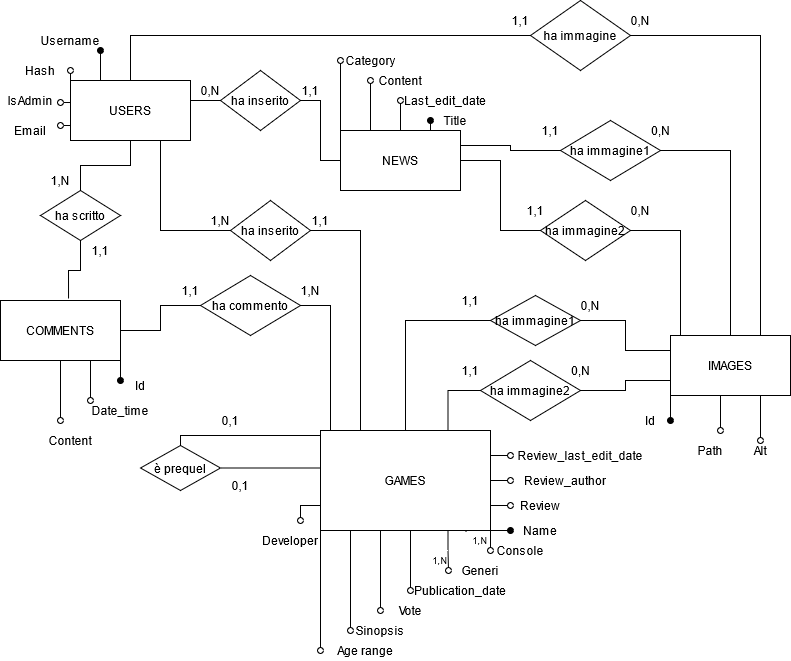
TecWeb2021/TecWeb keeps this draw.io diagram as Relazione/img/diagramma_er.png. Above is the earlier version. Source tidied: cells renumbered, new cells last; positions are measured from the earlier drawing's top-left corner, leaving out a move shared by most shapes.
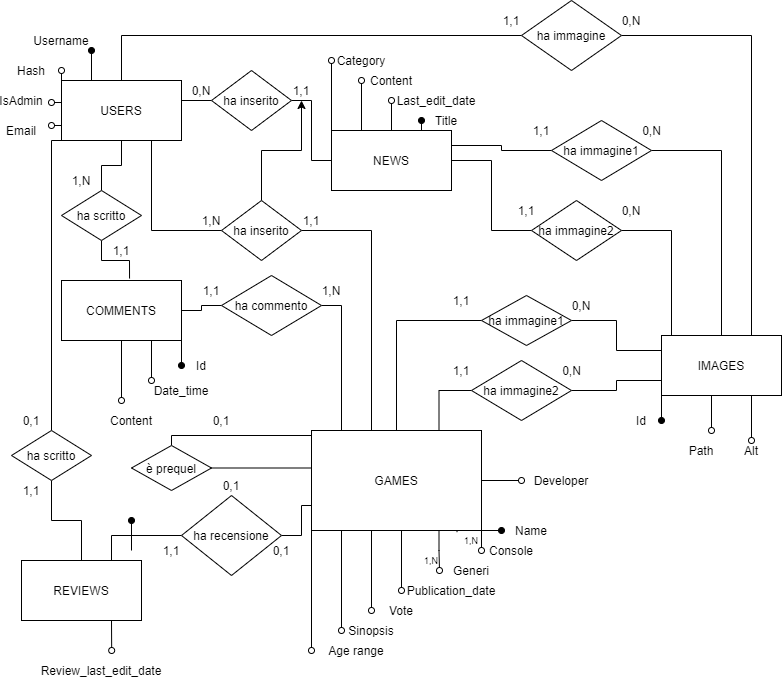
The same file after the commit.

What changed in the source:
```diff
@@ -33,9 +33,9 @@
         </Array>
       </mxGeometry>
     </mxCell>
-    <mxCell id="6" style="edgeStyle=orthogonalEdgeStyle;rounded=0;jettySize=auto;html=1;exitX=0;exitY=0.75;exitDx=0;exitDy=0;endArrow=oval;endFill=0;" parent="1" edge="1" source="14">
+    <mxCell id="6" style="edgeStyle=orthogonalEdgeStyle;rounded=0;jettySize=auto;html=1;exitX=1;exitY=0.5;exitDx=0;exitDy=0;endArrow=oval;endFill=0;" parent="1" edge="1" source="14">
       <mxGeometry relative="1" as="geometry">
-        <mxPoint x="300" y="520" as="targetPoint" />
+        <mxPoint x="530" y="480" as="targetPoint" />
       </mxGeometry>
     </mxCell>
     <mxCell id="7" style="edgeStyle=orthogonalEdgeStyle;rounded=0;jettySize=auto;html=1;exitX=0.75;exitY=1;exitDx=0;exitDy=0;endArrow=oval;endFill=0;" parent="1" edge="1" source="14">
@@ -56,21 +56,6 @@
         <mxPoint x="510" y="530" as="targetPoint" />
       </mxGeometry>
     </mxCell>
-    <mxCell id="10" style="edgeStyle=orthogonalEdgeStyle;rounded=0;jettySize=auto;html=1;exitX=1;exitY=0.75;exitDx=0;exitDy=0;endArrow=oval;endFill=0;" parent="1" edge="1" source="14">
-      <mxGeometry relative="1" as="geometry">
-        <mxPoint x="510" y="505" as="targetPoint" />
-      </mxGeometry>
-    </mxCell>
-    <mxCell id="11" style="edgeStyle=orthogonalEdgeStyle;rounded=0;jettySize=auto;html=1;exitX=1;exitY=0.5;exitDx=0;exitDy=0;endArrow=oval;endFill=0;" parent="1" edge="1" source="14">
-      <mxGeometry relative="1" as="geometry">
-        <mxPoint x="510" y="480" as="targetPoint" />
-      </mxGeometry>
-    </mxCell>
-    <mxCell id="12" style="edgeStyle=orthogonalEdgeStyle;rounded=0;jettySize=auto;html=1;exitX=1;exitY=0.25;exitDx=0;exitDy=0;endArrow=oval;endFill=0;" parent="1" edge="1" source="14">
-      <mxGeometry relative="1" as="geometry">
-        <mxPoint x="510" y="455" as="targetPoint" />
-      </mxGeometry>
-    </mxCell>
     <mxCell id="13" style="edgeStyle=orthogonalEdgeStyle;rounded=0;jettySize=auto;html=1;exitX=0.75;exitY=0;exitDx=0;exitDy=0;entryX=0;entryY=0.5;entryDx=0;entryDy=0;endArrow=none;endFill=0;" parent="1" edge="1" source="14" target="106">
       <mxGeometry relative="1" as="geometry" />
     </mxCell>
@@ -129,26 +114,31 @@
         <mxPoint x="70" y="70" as="targetPoint" />
       </mxGeometry>
     </mxCell>
+    <mxCell id="111" style="edgeStyle=orthogonalEdgeStyle;rounded=0;jettySize=auto;html=1;exitX=0;exitY=1;exitDx=0;exitDy=0;entryX=0.5;entryY=0;entryDx=0;entryDy=0;endArrow=none;endFill=0;" parent="1" edge="1" source="27" target="116">
+      <mxGeometry relative="1" as="geometry">
+        <Array as="points">
+          <mxPoint x="60" y="140" />
+        </Array>
+      </mxGeometry>
+    </mxCell>
     <mxCell id="27" value="&lt;div&gt;USERS&lt;/div&gt;" style="rounded=0;whiteSpace=wrap;html=1;" parent="1" vertex="1">
       <mxGeometry x="70" y="80" width="120" height="60" as="geometry" />
     </mxCell>
-    <mxCell id="28" style="edgeStyle=orthogonalEdgeStyle;rounded=0;jettySize=auto;html=1;exitX=1;exitY=1;exitDx=0;exitDy=0;endArrow=oval;endFill=1;strokeColor=#000000;" parent="1" edge="1" source="31">
-      <mxGeometry relative="1" as="geometry">
-        <mxPoint x="120" y="380" as="targetPoint" />
-      </mxGeometry>
+    <mxCell id="28" style="edgeStyle=orthogonalEdgeStyle;rounded=0;jettySize=auto;html=1;exitX=1;exitY=1;exitDx=0;exitDy=0;endArrow=oval;endFill=1;strokeColor=#000000;entryX=0;entryY=0.5;entryDx=0;entryDy=0;" parent="1" edge="1" source="31" target="72">
+      <mxGeometry relative="1" as="geometry" />
     </mxCell>
     <mxCell id="29" style="edgeStyle=orthogonalEdgeStyle;rounded=0;jettySize=auto;html=1;exitX=0.75;exitY=1;exitDx=0;exitDy=0;endArrow=oval;endFill=0;strokeColor=#000000;" parent="1" edge="1" source="31">
       <mxGeometry relative="1" as="geometry">
-        <mxPoint x="90" y="400" as="targetPoint" />
+        <mxPoint x="160" y="380" as="targetPoint" />
       </mxGeometry>
     </mxCell>
     <mxCell id="30" style="edgeStyle=orthogonalEdgeStyle;rounded=0;jettySize=auto;html=1;exitX=0.5;exitY=1;exitDx=0;exitDy=0;endArrow=oval;endFill=0;strokeColor=#000000;" parent="1" edge="1" source="31">
       <mxGeometry relative="1" as="geometry">
-        <mxPoint x="60" y="420" as="targetPoint" />
+        <mxPoint x="130" y="400" as="targetPoint" />
       </mxGeometry>
     </mxCell>
     <mxCell id="31" value="&lt;div&gt;COMMENTS&lt;/div&gt;" style="rounded=0;whiteSpace=wrap;html=1;" parent="1" vertex="1">
-      <mxGeometry y="300" width="120" height="60" as="geometry" />
+      <mxGeometry x="70" y="280" width="120" height="60" as="geometry" />
     </mxCell>
     <mxCell id="32" style="edgeStyle=orthogonalEdgeStyle;rounded=0;jettySize=auto;html=1;exitX=0;exitY=0.5;exitDx=0;exitDy=0;entryX=1;entryY=0.5;entryDx=0;entryDy=0;endArrow=none;endFill=0;strokeColor=#000000;" parent="1" edge="1" source="36" target="41">
       <mxGeometry relative="1" as="geometry">
@@ -216,8 +206,8 @@
     <mxCell id="45" style="edgeStyle=orthogonalEdgeStyle;rounded=0;jettySize=auto;html=1;exitX=1;exitY=0.5;exitDx=0;exitDy=0;entryX=0.25;entryY=0;entryDx=0;entryDy=0;endArrow=none;endFill=0;strokeColor=#000000;" parent="1" edge="1" source="47" target="14">
       <mxGeometry relative="1" as="geometry">
         <Array as="points">
-          <mxPoint x="330" y="305" />
-          <mxPoint x="330" y="430" />
+          <mxPoint x="350" y="305" />
+          <mxPoint x="350" y="430" />
         </Array>
       </mxGeometry>
     </mxCell>
@@ -225,13 +215,13 @@
       <mxGeometry relative="1" as="geometry" />
     </mxCell>
     <mxCell id="47" value="&lt;div&gt;ha commento&lt;/div&gt;" style="rhombus;whiteSpace=wrap;html=1;" parent="1" vertex="1">
-      <mxGeometry x="200" y="275" width="100" height="60" as="geometry" />
+      <mxGeometry x="230" y="275" width="100" height="60" as="geometry" />
     </mxCell>
     <mxCell id="48" style="edgeStyle=orthogonalEdgeStyle;rounded=0;jettySize=auto;html=1;exitX=0.5;exitY=1;exitDx=0;exitDy=0;entryX=0.567;entryY=-0.033;entryDx=0;entryDy=0;entryPerimeter=0;endArrow=none;endFill=0;strokeColor=#000000;" parent="1" edge="1" source="49" target="31">
       <mxGeometry relative="1" as="geometry" />
     </mxCell>
     <mxCell id="49" value="ha scritto" style="rhombus;whiteSpace=wrap;html=1;" parent="1" vertex="1">
-      <mxGeometry x="40" y="190" width="80" height="50" as="geometry" />
+      <mxGeometry x="70" y="190" width="80" height="50" as="geometry" />
     </mxCell>
     <mxCell id="50" style="edgeStyle=orthogonalEdgeStyle;rounded=0;jettySize=auto;html=1;exitX=0;exitY=0.5;exitDx=0;exitDy=0;entryX=1;entryY=0.75;entryDx=0;entryDy=0;endArrow=none;endFill=0;strokeColor=#000000;" parent="1" edge="1" source="51" target="27">
       <mxGeometry relative="1" as="geometry" />
@@ -245,11 +235,14 @@
     <mxCell id="53" style="edgeStyle=orthogonalEdgeStyle;rounded=0;jettySize=auto;html=1;exitX=1;exitY=0.5;exitDx=0;exitDy=0;entryX=0.5;entryY=0;entryDx=0;entryDy=0;endArrow=none;endFill=0;strokeColor=#000000;" parent="1" edge="1" source="54" target="14">
       <mxGeometry relative="1" as="geometry">
         <Array as="points">
-          <mxPoint x="360" y="230" />
-          <mxPoint x="360" y="430" />
+          <mxPoint x="380" y="230" />
+          <mxPoint x="380" y="430" />
         </Array>
       </mxGeometry>
     </mxCell>
+    <mxCell id="112" style="edgeStyle=orthogonalEdgeStyle;rounded=0;jettySize=auto;html=1;" parent="1" edge="1" source="54" target="56">
+      <mxGeometry relative="1" as="geometry" />
+    </mxCell>
     <mxCell id="54" value="&lt;div&gt;ha inserito&lt;/div&gt;" style="rhombus;whiteSpace=wrap;html=1;" parent="1" vertex="1">
       <mxGeometry x="230" y="200" width="80" height="60" as="geometry" />
     </mxCell>
@@ -266,19 +259,19 @@
       <mxGeometry x="500" y="10" width="40" height="20" as="geometry" />
     </mxCell>
     <mxCell id="59" value="&lt;div&gt;1,1&lt;/div&gt;" style="text;html=1;strokeColor=none;fillColor=none;align=center;verticalAlign=middle;whiteSpace=wrap;rounded=0;" parent="1" vertex="1">
-      <mxGeometry x="170" y="280" width="40" height="20" as="geometry" />
+      <mxGeometry x="200" y="280" width="40" height="20" as="geometry" />
     </mxCell>
     <mxCell id="60" value="&lt;div&gt;1,1&lt;/div&gt;" style="text;html=1;strokeColor=none;fillColor=none;align=center;verticalAlign=middle;whiteSpace=wrap;rounded=0;" parent="1" vertex="1">
-      <mxGeometry x="80" y="240" width="40" height="20" as="geometry" />
+      <mxGeometry x="110" y="240" width="40" height="20" as="geometry" />
     </mxCell>
     <mxCell id="61" value="&lt;div&gt;1,1&lt;/div&gt;" style="text;html=1;strokeColor=none;fillColor=none;align=center;verticalAlign=middle;whiteSpace=wrap;rounded=0;" parent="1" vertex="1">
       <mxGeometry x="300" y="210" width="40" height="20" as="geometry" />
     </mxCell>
     <mxCell id="62" value="1,N" style="text;html=1;strokeColor=none;fillColor=none;align=center;verticalAlign=middle;whiteSpace=wrap;rounded=0;" parent="1" vertex="1">
-      <mxGeometry x="290" y="280" width="40" height="20" as="geometry" />
+      <mxGeometry x="320" y="280" width="40" height="20" as="geometry" />
     </mxCell>
     <mxCell id="63" value="1,N" style="text;html=1;strokeColor=none;fillColor=none;align=center;verticalAlign=middle;whiteSpace=wrap;rounded=0;" parent="1" vertex="1">
-      <mxGeometry x="40" y="170" width="40" height="20" as="geometry" />
+      <mxGeometry x="70" y="170" width="40" height="20" as="geometry" />
     </mxCell>
     <mxCell id="64" value="1,N" style="text;html=1;strokeColor=none;fillColor=none;align=center;verticalAlign=middle;whiteSpace=wrap;rounded=0;" parent="1" vertex="1">
       <mxGeometry x="200" y="210" width="40" height="20" as="geometry" />
@@ -305,13 +298,13 @@
       <mxGeometry x="10" y="120" width="40" height="20" as="geometry" />
     </mxCell>
     <mxCell id="72" value="Id" style="text;html=1;strokeColor=none;fillColor=none;align=center;verticalAlign=middle;whiteSpace=wrap;rounded=0;" parent="1" vertex="1">
-      <mxGeometry x="120" y="375" width="40" height="20" as="geometry" />
+      <mxGeometry x="190" y="355" width="40" height="20" as="geometry" />
     </mxCell>
     <mxCell id="73" value="Date_time" style="text;html=1;strokeColor=none;fillColor=none;align=center;verticalAlign=middle;whiteSpace=wrap;rounded=0;" parent="1" vertex="1">
-      <mxGeometry x="100" y="400" width="40" height="20" as="geometry" />
+      <mxGeometry x="170" y="380" width="40" height="20" as="geometry" />
     </mxCell>
     <mxCell id="74" value="Content" style="text;html=1;strokeColor=none;fillColor=none;align=center;verticalAlign=middle;whiteSpace=wrap;rounded=0;" parent="1" vertex="1">
-      <mxGeometry x="50" y="430" width="40" height="20" as="geometry" />
+      <mxGeometry x="120" y="410" width="40" height="20" as="geometry" />
     </mxCell>
     <mxCell id="75" value="Name" style="text;html=1;strokeColor=none;fillColor=none;align=center;verticalAlign=middle;whiteSpace=wrap;rounded=0;" parent="1" vertex="1">
       <mxGeometry x="520" y="520" width="40" height="20" as="geometry" />
@@ -329,11 +322,8 @@
       <mxGeometry x="330" y="640" width="70" height="20" as="geometry" />
     </mxCell>
     <mxCell id="80" value="Developer" style="text;html=1;strokeColor=none;fillColor=none;align=center;verticalAlign=middle;whiteSpace=wrap;rounded=0;" parent="1" vertex="1">
-      <mxGeometry x="270" y="530" width="40" height="20" as="geometry" />
+      <mxGeometry x="550" y="470" width="40" height="20" as="geometry" />
     </mxCell>
-    <mxCell id="81" value="Review" style="text;html=1;strokeColor=none;fillColor=none;align=center;verticalAlign=middle;whiteSpace=wrap;rounded=0;" parent="1" vertex="1">
-      <mxGeometry x="520" y="495" width="40" height="20" as="geometry" />
-    </mxCell>
     <mxCell id="82" value="&lt;div&gt;Alt&lt;/div&gt;" style="text;html=1;strokeColor=none;fillColor=none;align=center;verticalAlign=middle;whiteSpace=wrap;rounded=0;" parent="1" vertex="1">
       <mxGeometry x="740" y="440" width="40" height="20" as="geometry" />
     </mxCell>
@@ -391,11 +381,8 @@
     <mxCell id="97" value="&lt;div&gt;0,N&lt;/div&gt;" style="text;html=1;strokeColor=none;fillColor=none;align=center;verticalAlign=middle;whiteSpace=wrap;rounded=0;" parent="1" vertex="1">
       <mxGeometry x="570" y="295" width="40" height="20" as="geometry" />
     </mxCell>
-    <mxCell id="98" value="&lt;div&gt;Review_author&lt;/div&gt;" style="text;html=1;strokeColor=none;fillColor=none;align=center;verticalAlign=middle;whiteSpace=wrap;rounded=0;" parent="1" vertex="1">
-      <mxGeometry x="520" y="470" width="90" height="20" as="geometry" />
-    </mxCell>
     <mxCell id="99" value="&lt;div&gt;Review_last_edit_date&lt;/div&gt;" style="text;html=1;strokeColor=none;fillColor=none;align=center;verticalAlign=middle;whiteSpace=wrap;rounded=0;" parent="1" vertex="1">
-      <mxGeometry x="515" y="445" width="130" height="20" as="geometry" />
+      <mxGeometry x="45" y="660" width="130" height="20" as="geometry" />
     </mxCell>
     <mxCell id="100" style="edgeStyle=orthogonalEdgeStyle;rounded=0;jettySize=auto;html=1;exitX=0;exitY=0.5;exitDx=0;exitDy=0;entryX=1;entryY=0.25;entryDx=0;entryDy=0;endArrow=none;endFill=0;" parent="1" edge="1" source="102" target="20">
       <mxGeometry relative="1" as="geometry" />
@@ -430,5 +417,46 @@
     <mxCell id="110" value="1,N" style="text;html=1;strokeColor=none;fillColor=none;align=center;verticalAlign=middle;whiteSpace=wrap;rounded=0;fontSize=9;" parent="1" vertex="1">
       <mxGeometry x="460" y="530" width="40" height="20" as="geometry" />
     </mxCell>
+    <mxCell id="113" style="edgeStyle=orthogonalEdgeStyle;rounded=0;jettySize=auto;html=1;exitX=0.75;exitY=1;exitDx=0;exitDy=0;endArrow=oval;endFill=0;" parent="1" edge="1" source="114">
+      <mxGeometry relative="1" as="geometry">
+        <mxPoint x="120.2" y="650" as="targetPoint" />
+      </mxGeometry>
+    </mxCell>
+    <mxCell id="114" value="REVIEWS" style="rounded=0;whiteSpace=wrap;html=1;" parent="1" vertex="1">
+      <mxGeometry x="30" y="560" width="120" height="60" as="geometry" />
+    </mxCell>
+    <mxCell id="115" style="edgeStyle=orthogonalEdgeStyle;rounded=0;jettySize=auto;html=1;exitX=0.5;exitY=1;exitDx=0;exitDy=0;entryX=0.5;entryY=0;entryDx=0;entryDy=0;endArrow=none;endFill=0;" parent="1" edge="1" source="116" target="114">
+      <mxGeometry relative="1" as="geometry" />
+    </mxCell>
+    <mxCell id="116" value="ha scritto" style="rhombus;whiteSpace=wrap;html=1;" parent="1" vertex="1">
+      <mxGeometry x="20" y="430" width="80" height="50" as="geometry" />
+    </mxCell>
+    <mxCell id="117" style="edgeStyle=orthogonalEdgeStyle;rounded=0;jettySize=auto;html=1;exitX=1;exitY=0.5;exitDx=0;exitDy=0;entryX=0;entryY=0.75;entryDx=0;entryDy=0;endArrow=none;endFill=0;" parent="1" edge="1" source="119" target="14">
+      <mxGeometry relative="1" as="geometry" />
+    </mxCell>
+    <mxCell id="118" style="edgeStyle=orthogonalEdgeStyle;rounded=0;jettySize=auto;html=1;exitX=0;exitY=0.5;exitDx=0;exitDy=0;entryX=0.75;entryY=0;entryDx=0;entryDy=0;endArrow=none;endFill=0;" parent="1" edge="1" source="119" target="114">
+      <mxGeometry relative="1" as="geometry" />
+    </mxCell>
+    <mxCell id="119" value="ha recensione" style="rhombus;whiteSpace=wrap;html=1;" parent="1" vertex="1">
+      <mxGeometry x="190" y="495" width="100" height="80" as="geometry" />
+    </mxCell>
+    <mxCell id="120" style="endArrow=oval;html=1;endFill=1;" parent="1" edge="1">
+      <mxGeometry relative="1" as="geometry">
+        <mxPoint x="140" y="550" as="sourcePoint" />
+        <mxPoint x="140" y="520" as="targetPoint" />
+      </mxGeometry>
+    </mxCell>
+    <mxCell id="121" value="0,1" style="text;html=1;strokeColor=none;fillColor=none;align=center;verticalAlign=middle;whiteSpace=wrap;rounded=0;" parent="1" vertex="1">
+      <mxGeometry x="20" y="410" width="40" height="20" as="geometry" />
+    </mxCell>
+    <mxCell id="122" value="1,1" style="text;html=1;strokeColor=none;fillColor=none;align=center;verticalAlign=middle;whiteSpace=wrap;rounded=0;" parent="1" vertex="1">
+      <mxGeometry x="20" y="480" width="40" height="20" as="geometry" />
+    </mxCell>
+    <mxCell id="123" value="1,1" style="text;html=1;strokeColor=none;fillColor=none;align=center;verticalAlign=middle;whiteSpace=wrap;rounded=0;" parent="1" vertex="1">
+      <mxGeometry x="160" y="540" width="40" height="20" as="geometry" />
+    </mxCell>
+    <mxCell id="124" value="0,1" style="text;html=1;strokeColor=none;fillColor=none;align=center;verticalAlign=middle;whiteSpace=wrap;rounded=0;" parent="1" vertex="1">
+      <mxGeometry x="270" y="540" width="40" height="20" as="geometry" />
+    </mxCell>
   </root>
 </mxGraphModel>
```
